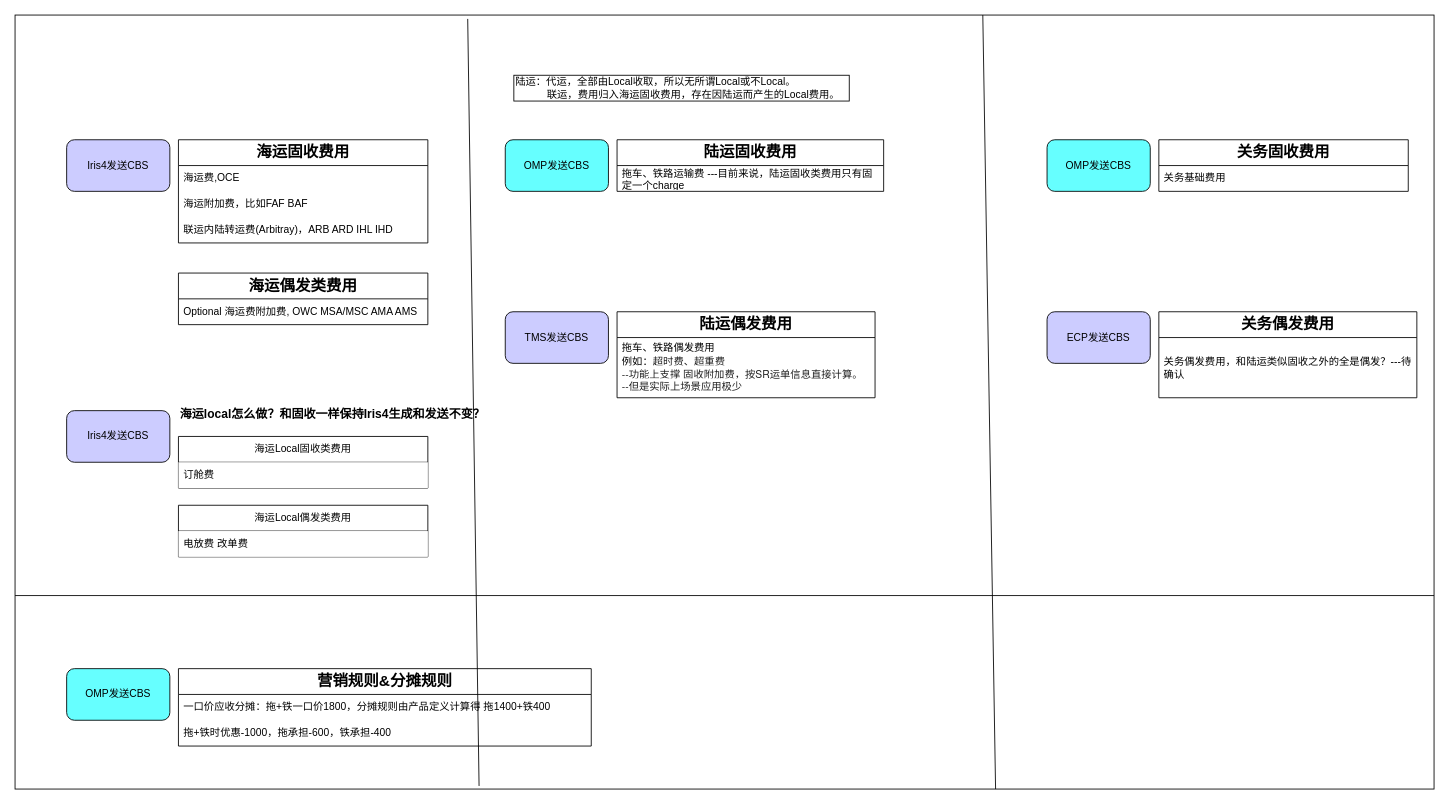
Above: 计费模块-费用分类.drawio in Linsq0504/OMP (draw.io), before the change. Source tidied: cells renumbered, new cells numbered last; positions are measured from the earlier drawing's top-left corner, leaving out a move shared by most shapes. Both pictures are drawn from the tidied source at 86%, with x=0, y=0 at pixel (15, 15).
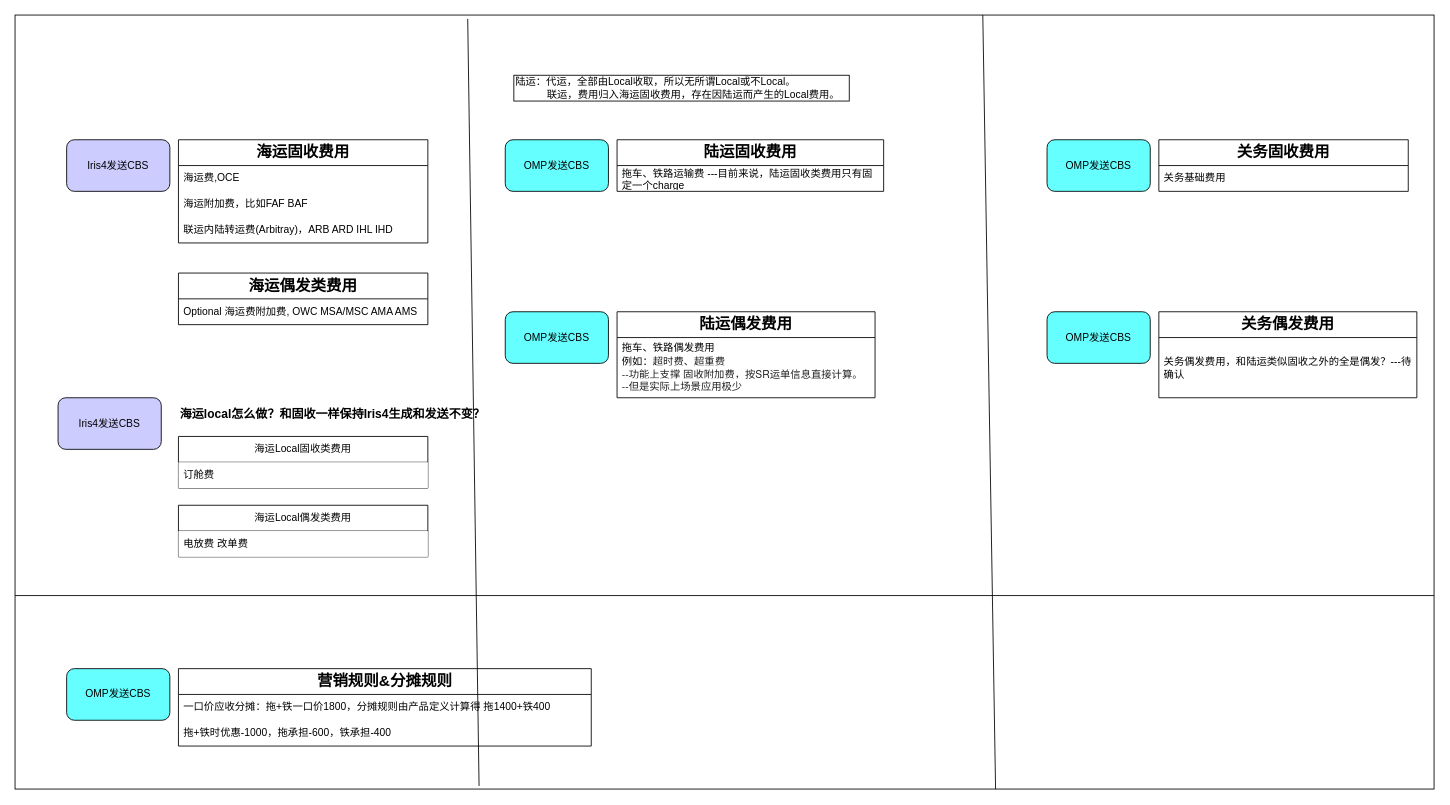
The same diagram, later.

Commit message:
更新计费模块-费用分类.drawio

Change to the diagram source:
```diff
@@
-    <mxCell id="23" value="TMS发送CBS" style="rounded=1;whiteSpace=wrap;html=1;roundedPerimeter=1;fillColor=#CCCCFF;" parent="1" vertex="1">
+    <mxCell id="23" value="OMP发送CBS" style="rounded=1;whiteSpace=wrap;html=1;roundedPerimeter=1;fillColor=#66FFFF;" parent="1" vertex="1">
       <mxGeometry x="570" y="345" width="120" height="60" as="geometry" />
     </mxCell>
@@
-    <mxCell id="26" value="ECP发送CBS" style="rounded=1;whiteSpace=wrap;html=1;roundedPerimeter=1;fillColor=#CCCCFF;" parent="1" vertex="1">
+    <mxCell id="26" value="OMP发送CBS" style="rounded=1;whiteSpace=wrap;html=1;roundedPerimeter=1;fillColor=#66FFFF;" parent="1" vertex="1">
       <mxGeometry x="1200" y="345" width="120" height="60" as="geometry" />
     </mxCell>
@@
     <mxCell id="34" value="Iris4发送CBS" style="rounded=1;whiteSpace=wrap;html=1;roundedPerimeter=1;fillColor=#CCCCFF;" parent="1" vertex="1">
-      <mxGeometry x="60" y="460" width="120" height="60" as="geometry" />
+      <mxGeometry x="50" y="445" width="120" height="60" as="geometry" />
     </mxCell>
```
